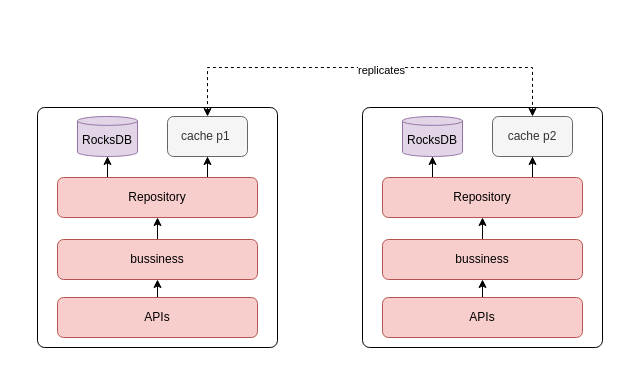
Earlier version of the draw.io diagram page "RocksDB" (4 of 4) of Reporting.drawio (integrationfirst/omega). Source tidied: cells renumbered, new cells numbered last; positions are measured from the earlier drawing's top-left corner, leaving out a move shared by most shapes. Both pictures are drawn from the tidied source at 100%, with x=0, y=0 at pixel (37, 67).
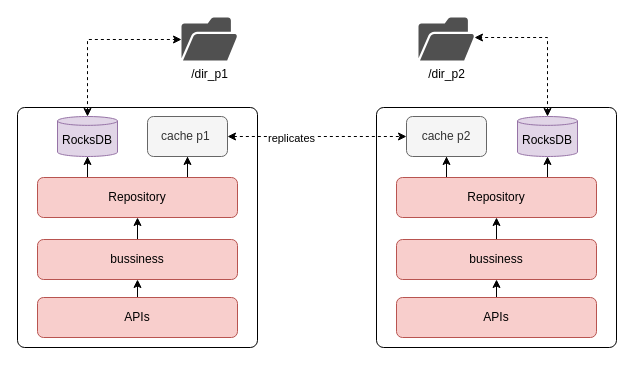
The same page after the edit.

The edit, as a diff of the source:
```diff
@@
     <mxCell id="2" style="rounded=1;whiteSpace=wrap;html=1;arcSize=3;fillColor=none;" parent="1" vertex="1">
-      <mxGeometry y="40" width="240" height="240" as="geometry" />
+      <mxGeometry x="-20" y="40" width="240" height="240" as="geometry" />
     </mxCell>
@@
     <mxCell id="4" value="bussiness" style="rounded=1;whiteSpace=wrap;html=1;fillColor=#f8cecc;strokeColor=#b85450;" parent="1" vertex="1">
-      <mxGeometry x="20" y="172" width="200" height="40" as="geometry" />
+      <mxGeometry y="172" width="200" height="40" as="geometry" />
     </mxCell>
@@
     <mxCell id="7" value="Repository" style="rounded=1;whiteSpace=wrap;html=1;fillColor=#f8cecc;strokeColor=#b85450;verticalAlign=middle;" parent="1" vertex="1">
-      <mxGeometry x="20" y="110" width="200" height="40" as="geometry" />
+      <mxGeometry y="110" width="200" height="40" as="geometry" />
     </mxCell>
-    <mxCell id="8" style="edgeStyle=orthogonalEdgeStyle;rounded=0;jettySize=auto;html=1;exitX=0.5;exitY=0;exitDx=0;exitDy=0;entryX=0.5;entryY=0;entryDx=0;entryDy=0;dashed=1;startArrow=classic;startFill=1;" parent="1" edge="1" source="10" target="20">
-      <mxGeometry relative="1" as="geometry">
-        <Array as="points">
-          <mxPoint x="170" />
-          <mxPoint x="495" />
-        </Array>
-      </mxGeometry>
+    <mxCell id="8" style="edgeStyle=orthogonalEdgeStyle;rounded=0;jettySize=auto;html=1;dashed=1;startArrow=classic;startFill=1;" parent="1" edge="1" source="10" target="20">
+      <mxGeometry relative="1" as="geometry" />
     </mxCell>
     <mxCell id="9" value="replicates" style="edgeLabel;html=1;align=center;verticalAlign=middle;" parent="8" vertex="1">
-      <mxGeometry x="0.05" y="-2" relative="1" as="geometry" />
+      <mxGeometry x="-0.3" y="-1" relative="1" as="geometry" />
     </mxCell>
     <mxCell id="10" value="cache p1&amp;nbsp;" style="rounded=1;whiteSpace=wrap;html=1;fillColor=#f5f5f5;fontColor=#333333;strokeColor=#666666;" parent="1" vertex="1">
-      <mxGeometry x="130" y="49" width="80" height="40" as="geometry" />
+      <mxGeometry x="110" y="49" width="80" height="40" as="geometry" />
     </mxCell>
+    <mxCell id="24" style="edgeStyle=orthogonalEdgeStyle;rounded=0;jettySize=auto;html=1;exitX=0.5;exitY=0;exitDx=0;exitDy=0;exitPerimeter=0;dashed=1;startArrow=classic;startFill=1;" parent="1" edge="1" source="11" target="26">
+      <mxGeometry relative="1" as="geometry">
+        <Array as="points">
+          <mxPoint x="50" y="-28" />
+        </Array>
+      </mxGeometry>
+    </mxCell>
     <mxCell id="11" value="RocksDB" style="shape=cylinder3;whiteSpace=wrap;html=1;boundedLbl=1;backgroundOutline=1;size=4.428571428571388;fillColor=#e1d5e7;strokeColor=#9673a6;" parent="1" vertex="1">
-      <mxGeometry x="40" y="49" width="60" height="40" as="geometry" />
+      <mxGeometry x="20" y="49" width="60" height="40" as="geometry" />
     </mxCell>
@@
     <mxCell id="13" value="APIs" style="rounded=1;whiteSpace=wrap;html=1;fillColor=#f8cecc;strokeColor=#b85450;" parent="1" vertex="1">
-      <mxGeometry x="20" y="230" width="200" height="40" as="geometry" />
+      <mxGeometry y="230" width="200" height="40" as="geometry" />
     </mxCell>
     <mxCell id="14" style="rounded=1;whiteSpace=wrap;html=1;arcSize=3;fillColor=none;direction=east;" parent="1" vertex="1">
-      <mxGeometry x="325" y="40" width="240" height="240" as="geometry" />
+      <mxGeometry x="339" y="40" width="240" height="240" as="geometry" />
     </mxCell>
@@
     <mxCell id="16" value="bussiness" style="rounded=1;whiteSpace=wrap;html=1;fillColor=#f8cecc;strokeColor=#b85450;direction=east;" parent="1" vertex="1">
-      <mxGeometry x="345" y="172" width="200" height="40" as="geometry" />
+      <mxGeometry x="359" y="172" width="200" height="40" as="geometry" />
     </mxCell>
-    <mxCell id="17" style="edgeStyle=orthogonalEdgeStyle;rounded=0;jettySize=auto;html=1;exitX=0.75;exitY=0;exitDx=0;exitDy=0;" parent="1" edge="1" source="19" target="20">
+    <mxCell id="17" style="edgeStyle=orthogonalEdgeStyle;rounded=0;jettySize=auto;html=1;exitX=0.25;exitY=0;exitDx=0;exitDy=0;" parent="1" edge="1" source="19" target="20">
       <mxGeometry relative="1" as="geometry" />
     </mxCell>
-    <mxCell id="18" style="edgeStyle=orthogonalEdgeStyle;rounded=0;jettySize=auto;html=1;exitX=0.25;exitY=0;exitDx=0;exitDy=0;" parent="1" edge="1" source="19" target="21">
+    <mxCell id="18" style="edgeStyle=orthogonalEdgeStyle;rounded=0;jettySize=auto;html=1;exitX=0.75;exitY=0;exitDx=0;exitDy=0;entryX=0.5;entryY=1;entryDx=0;entryDy=0;entryPerimeter=0;startArrow=none;startFill=0;" parent="1" edge="1" source="19" target="21">
       <mxGeometry relative="1" as="geometry" />
     </mxCell>
     <mxCell id="19" value="Repository" style="rounded=1;whiteSpace=wrap;html=1;fillColor=#f8cecc;strokeColor=#b85450;verticalAlign=middle;direction=east;" parent="1" vertex="1">
-      <mxGeometry x="345" y="110" width="200" height="40" as="geometry" />
+      <mxGeometry x="359" y="110" width="200" height="40" as="geometry" />
     </mxCell>
     <mxCell id="20" value="cache p2" style="rounded=1;whiteSpace=wrap;html=1;fillColor=#f5f5f5;fontColor=#333333;strokeColor=#666666;direction=east;" parent="1" vertex="1">
-      <mxGeometry x="455" y="49" width="80" height="40" as="geometry" />
+      <mxGeometry x="369" y="49" width="80" height="40" as="geometry" />
     </mxCell>
+    <mxCell id="25" style="edgeStyle=orthogonalEdgeStyle;rounded=0;jettySize=auto;html=1;exitX=0.5;exitY=0;exitDx=0;exitDy=0;exitPerimeter=0;startArrow=classic;startFill=1;dashed=1;" parent="1" edge="1" source="21" target="27">
+      <mxGeometry relative="1" as="geometry">
+        <Array as="points">
+          <mxPoint x="510" y="-30" />
+        </Array>
+      </mxGeometry>
+    </mxCell>
     <mxCell id="21" value="RocksDB" style="shape=cylinder3;whiteSpace=wrap;html=1;boundedLbl=1;backgroundOutline=1;size=4.428571428571388;fillColor=#e1d5e7;strokeColor=#9673a6;direction=east;" parent="1" vertex="1">
-      <mxGeometry x="365" y="49" width="60" height="40" as="geometry" />
+      <mxGeometry x="480" y="49" width="60" height="40" as="geometry" />
     </mxCell>
@@
     <mxCell id="23" value="APIs" style="rounded=1;whiteSpace=wrap;html=1;fillColor=#f8cecc;strokeColor=#b85450;direction=east;" parent="1" vertex="1">
-      <mxGeometry x="345" y="230" width="200" height="40" as="geometry" />
+      <mxGeometry x="359" y="230" width="200" height="40" as="geometry" />
     </mxCell>
+    <mxCell id="26" value="/dir_p1" style="sketch=0;shadow=0;dashed=0;html=1;strokeColor=none;fillColor=#505050;labelPosition=center;verticalLabelPosition=bottom;verticalAlign=top;outlineConnect=0;align=center;shape=mxgraph.office.concepts.folder_open;" parent="1" vertex="1">
+      <mxGeometry x="144" y="-50" width="56" height="43" as="geometry" />
+    </mxCell>
+    <mxCell id="27" value="/dir_p2" style="sketch=0;shadow=0;dashed=0;html=1;strokeColor=none;fillColor=#505050;labelPosition=center;verticalLabelPosition=bottom;verticalAlign=top;outlineConnect=0;align=center;shape=mxgraph.office.concepts.folder_open;" parent="1" vertex="1">
+      <mxGeometry x="381" y="-50" width="56" height="43" as="geometry" />
+    </mxCell>
```
